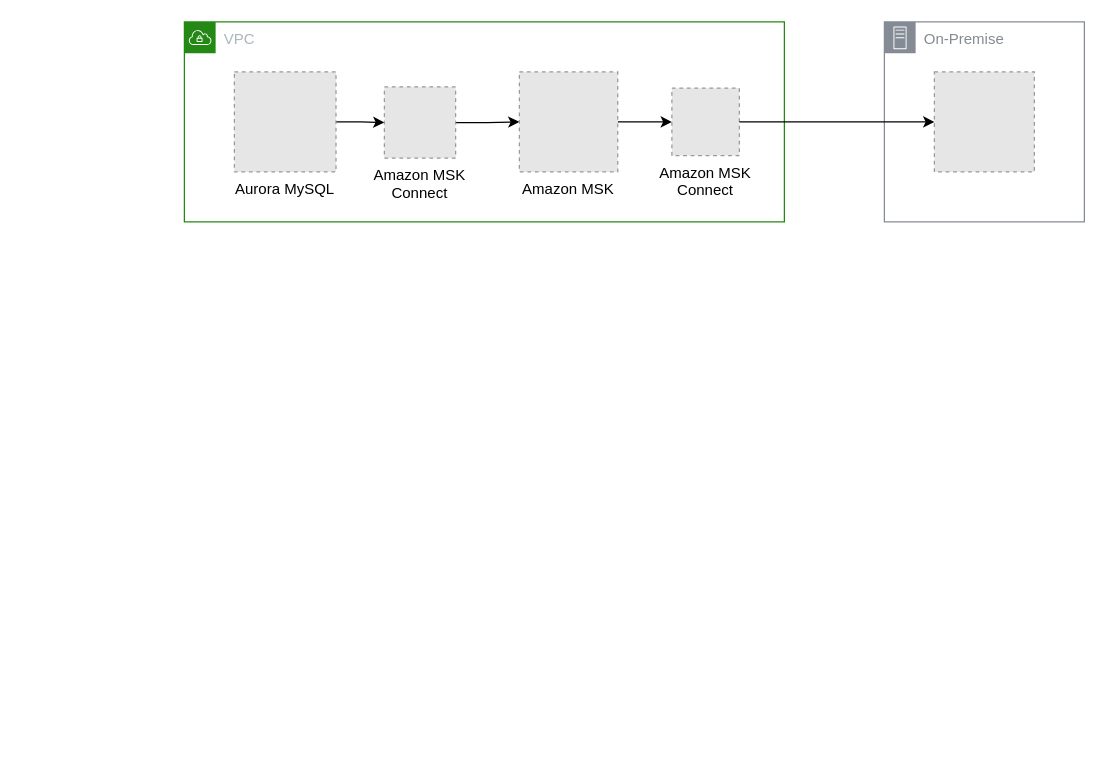
Before: msk-blog.drawio in color275/draw.io, a draw.io diagram. Source tidied: cells renumbered, new cells numbered last; positions are measured from the earlier drawing's top-left corner, leaving out a move shared by most shapes. Both pictures are drawn from the tidied source at 125%, with x=0, y=0 at pixel (184, 21). Pictures stored in the file or linked from it are replaced by grey dashed boxes.
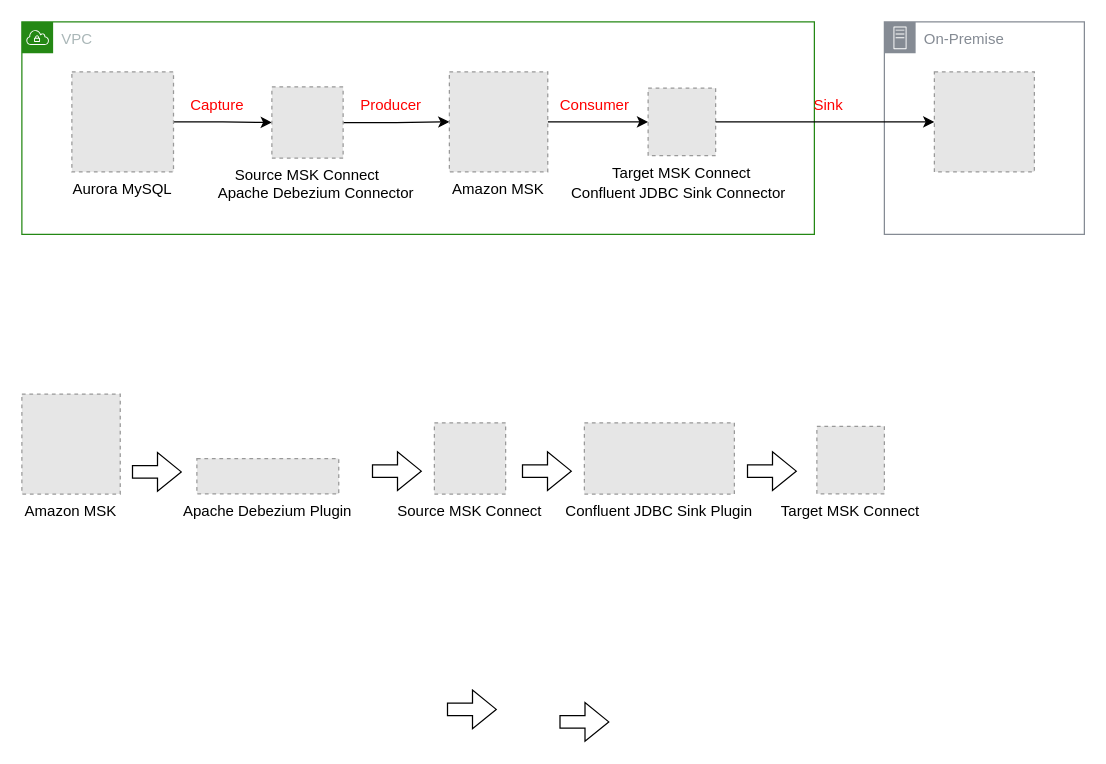
The same diagram, later.

Unchanged cells that the change refers to:
```xml
<mxCell id="4" value="Aurora MySQL" style="fillColor=#E6E6E6;strokeColor=#999999;dashed=1;verticalLabelPosition=bottom;labelBackgroundColor=default;verticalAlign=top;" parent="2" vertex="1">
  <mxGeometry x="40" y="40" width="81.3" height="80" as="geometry" />
</mxCell>
```

The edit, as a diff of the source:
```diff
@@
     <mxCell id="2" value="VPC" style="gradientColor=none;html=1;whiteSpace=wrap;fontSize=12;fontStyle=0;shape=mxgraph.aws4.group;grIcon=mxgraph.aws4.group_vpc;strokeColor=#248814;fillColor=none;verticalAlign=top;align=left;spacingLeft=30;fontColor=#AAB7B8;dashed=0;" parent="1" vertex="1">
-      <mxGeometry width="480" height="160" as="geometry" />
+      <mxGeometry x="-130" width="634" height="170" as="geometry" />
     </mxCell>
-    <mxCell id="3" style="edgeStyle=orthogonalEdgeStyle;rounded=0;jettySize=auto;html=1;entryX=0;entryY=0.5;entryDx=0;entryDy=0;" parent="2" edge="1" source="4" target="6">
+    <mxCell id="3" style="edgeStyle=orthogonalEdgeStyle;rounded=0;jettySize=auto;html=1;" parent="2" edge="1" source="4" target="6">
       <mxGeometry relative="1" as="geometry" />
     </mxCell>
@@
-    <mxCell id="6" value="Amazon MSK&#10;Connect" style="fillColor=#E6E6E6;strokeColor=#999999;dashed=1;verticalLabelPosition=bottom;labelBackgroundColor=default;verticalAlign=top;" parent="2" vertex="1">
-      <mxGeometry x="160" y="52" width="57" height="57" as="geometry" />
+    <mxCell id="6" value="Source MSK Connect" style="fillColor=#E6E6E6;strokeColor=#999999;dashed=1;verticalLabelPosition=bottom;labelBackgroundColor=default;verticalAlign=top;" parent="2" vertex="1">
+      <mxGeometry x="200" y="52" width="57" height="57" as="geometry" />
     </mxCell>
@@
     <mxCell id="8" value="Amazon MSK" style="fillColor=#E6E6E6;strokeColor=#999999;dashed=1;verticalLabelPosition=bottom;labelBackgroundColor=default;verticalAlign=top;" parent="2" vertex="1">
-      <mxGeometry x="268" y="40" width="78.7" height="80" as="geometry" />
+      <mxGeometry x="342" y="40" width="78.7" height="80" as="geometry" />
     </mxCell>
-    <mxCell id="9" value="Amazon MSK&#10;Connect" style="fillColor=#E6E6E6;strokeColor=#999999;dashed=1;verticalLabelPosition=bottom;labelBackgroundColor=default;verticalAlign=top;" parent="2" vertex="1">
-      <mxGeometry x="390" y="53" width="54" height="54" as="geometry" />
+    <mxCell id="9" value="Target MSK Connect" style="fillColor=#E6E6E6;strokeColor=#999999;dashed=1;verticalLabelPosition=bottom;labelBackgroundColor=default;verticalAlign=top;" parent="2" vertex="1">
+      <mxGeometry x="501" y="53" width="54" height="54" as="geometry" />
     </mxCell>
+    <mxCell id="13" value="Apache Debezium Connector" style="text;html=1;strokeColor=none;fillColor=none;align=center;verticalAlign=middle;whiteSpace=wrap;rounded=0;" parent="2" vertex="1">
+      <mxGeometry x="151.5" y="122" width="166.5" height="30" as="geometry" />
+    </mxCell>
+    <mxCell id="14" value="Confluent JDBC Sink Connector" style="text;html=1;strokeColor=none;fillColor=none;align=center;verticalAlign=middle;whiteSpace=wrap;rounded=0;" parent="2" vertex="1">
+      <mxGeometry x="434" y="122" width="183" height="30" as="geometry" />
+    </mxCell>
+    <mxCell id="15" value="&lt;font color=&quot;#ff0000&quot;&gt;Capture&lt;/font&gt;" style="text;html=1;strokeColor=none;fillColor=none;align=center;verticalAlign=middle;whiteSpace=wrap;rounded=0;strokeWidth=0;" parent="2" vertex="1">
+      <mxGeometry x="99" y="52" width="115" height="30" as="geometry" />
+    </mxCell>
+    <mxCell id="16" value="&lt;font color=&quot;#ff0000&quot;&gt;Producer&lt;/font&gt;" style="text;html=1;strokeColor=none;fillColor=none;align=center;verticalAlign=middle;whiteSpace=wrap;rounded=0;strokeWidth=0;" parent="2" vertex="1">
+      <mxGeometry x="238" y="52" width="115" height="30" as="geometry" />
+    </mxCell>
+    <mxCell id="17" value="&lt;font color=&quot;#ff0000&quot;&gt;Consumer&lt;/font&gt;" style="text;html=1;strokeColor=none;fillColor=none;align=center;verticalAlign=middle;whiteSpace=wrap;rounded=0;strokeWidth=0;" parent="2" vertex="1">
+      <mxGeometry x="401" y="52" width="115" height="30" as="geometry" />
+    </mxCell>
     <mxCell id="10" value="On-Premise" style="sketch=0;gradientColor=none;html=1;whiteSpace=wrap;fontSize=12;fontStyle=0;shape=mxgraph.aws4.group;grIcon=mxgraph.aws4.group_on_premise;strokeColor=#858B94;fillColor=none;verticalAlign=top;align=left;spacingLeft=30;fontColor=#858B94;dashed=0;" parent="1" vertex="1">
-      <mxGeometry x="560" width="160" height="160" as="geometry" />
+      <mxGeometry x="560" width="160" height="170" as="geometry" />
     </mxCell>
@@
+    <mxCell id="18" value="&lt;font color=&quot;#ff0000&quot;&gt;Sink&lt;/font&gt;" style="text;html=1;strokeColor=none;fillColor=none;align=center;verticalAlign=middle;whiteSpace=wrap;rounded=0;strokeWidth=0;" parent="1" vertex="1">
+      <mxGeometry x="458" y="52" width="115" height="30" as="geometry" />
+    </mxCell>
+    <mxCell id="19" value="Amazon MSK" style="fillColor=#E6E6E6;strokeColor=#999999;dashed=1;verticalLabelPosition=bottom;labelBackgroundColor=default;verticalAlign=top;" parent="1" vertex="1">
+      <mxGeometry x="-130" y="297.7" width="78.7" height="80" as="geometry" />
+    </mxCell>
+    <mxCell id="20" value="Apache Debezium Plugin" style="fillColor=#E6E6E6;strokeColor=#999999;dashed=1;verticalLabelPosition=bottom;labelBackgroundColor=default;verticalAlign=top;" parent="1" vertex="1">
+      <mxGeometry x="10" y="349.3" width="113.5" height="28.4" as="geometry" />
+    </mxCell>
+    <mxCell id="21" value="Source MSK Connect" style="fillColor=#E6E6E6;strokeColor=#999999;dashed=1;verticalLabelPosition=bottom;labelBackgroundColor=default;verticalAlign=top;" parent="1" vertex="1">
+      <mxGeometry x="200" y="320.7" width="57" height="57" as="geometry" />
+    </mxCell>
+    <mxCell id="22" value="Confluent JDBC Sink Plugin" style="fillColor=#E6E6E6;strokeColor=#999999;dashed=1;verticalLabelPosition=bottom;labelBackgroundColor=default;verticalAlign=top;" parent="1" vertex="1">
+      <mxGeometry x="320" y="320.7" width="120" height="57" as="geometry" />
+    </mxCell>
+    <mxCell id="23" value="Target MSK Connect" style="fillColor=#E6E6E6;strokeColor=#999999;dashed=1;verticalLabelPosition=bottom;labelBackgroundColor=default;verticalAlign=top;" parent="1" vertex="1">
+      <mxGeometry x="506" y="323.5" width="54" height="54" as="geometry" />
+    </mxCell>
+    <mxCell id="24" style="shape=flexArrow;endArrow=classic;html=1;rounded=0;" parent="1" edge="1">
+      <mxGeometry relative="1" as="geometry">
+        <mxPoint x="-42" y="360" as="sourcePoint" />
+        <mxPoint x="-2" y="360" as="targetPoint" />
+      </mxGeometry>
+    </mxCell>
+    <mxCell id="25" style="shape=flexArrow;endArrow=classic;html=1;rounded=0;" parent="1" edge="1">
+      <mxGeometry relative="1" as="geometry">
+        <mxPoint x="150" y="359.4" as="sourcePoint" />
+        <mxPoint x="190" y="359.4" as="targetPoint" />
+      </mxGeometry>
+    </mxCell>
+    <mxCell id="26" style="shape=flexArrow;endArrow=classic;html=1;rounded=0;" parent="1" edge="1">
+      <mxGeometry relative="1" as="geometry">
+        <mxPoint x="270" y="359.4" as="sourcePoint" />
+        <mxPoint x="310" y="359.4" as="targetPoint" />
+      </mxGeometry>
+    </mxCell>
+    <mxCell id="27" style="shape=flexArrow;endArrow=classic;html=1;rounded=0;" parent="1" edge="1">
+      <mxGeometry relative="1" as="geometry">
+        <mxPoint x="450" y="359.4" as="sourcePoint" />
+        <mxPoint x="490" y="359.4" as="targetPoint" />
+      </mxGeometry>
+    </mxCell>
+    <mxCell id="28" style="shape=flexArrow;endArrow=classic;html=1;rounded=0;" parent="1" edge="1">
+      <mxGeometry relative="1" as="geometry">
+        <mxPoint x="210" y="550" as="sourcePoint" />
+        <mxPoint x="250" y="550" as="targetPoint" />
+      </mxGeometry>
+    </mxCell>
+    <mxCell id="29" style="shape=flexArrow;endArrow=classic;html=1;rounded=0;" parent="1" edge="1">
+      <mxGeometry relative="1" as="geometry">
+        <mxPoint x="300" y="560" as="sourcePoint" />
+        <mxPoint x="340" y="560" as="targetPoint" />
+      </mxGeometry>
+    </mxCell>
```
